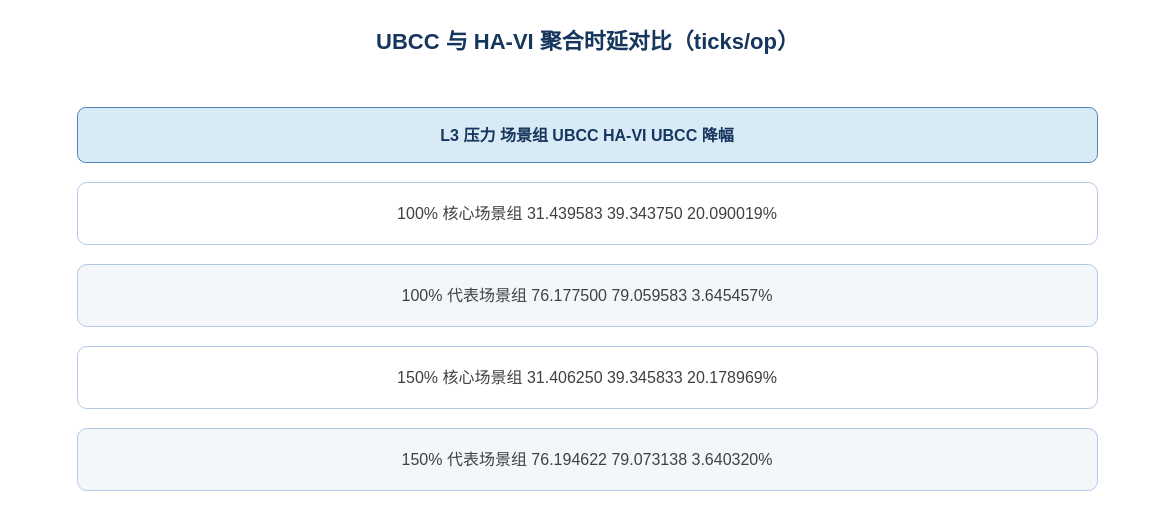
Above: docs/design/figures/ubcc-ha-vi-comparison.drawio in harumaki-nadeshiko/cc-data (draw.io), before the change. Source tidied: cells renumbered, new cells numbered last; positions are measured from the earlier drawing's top-left corner, leaving out a move shared by most shapes. Both pictures are drawn from the tidied source at 100%, with x=0, y=0 at pixel (17, 17).
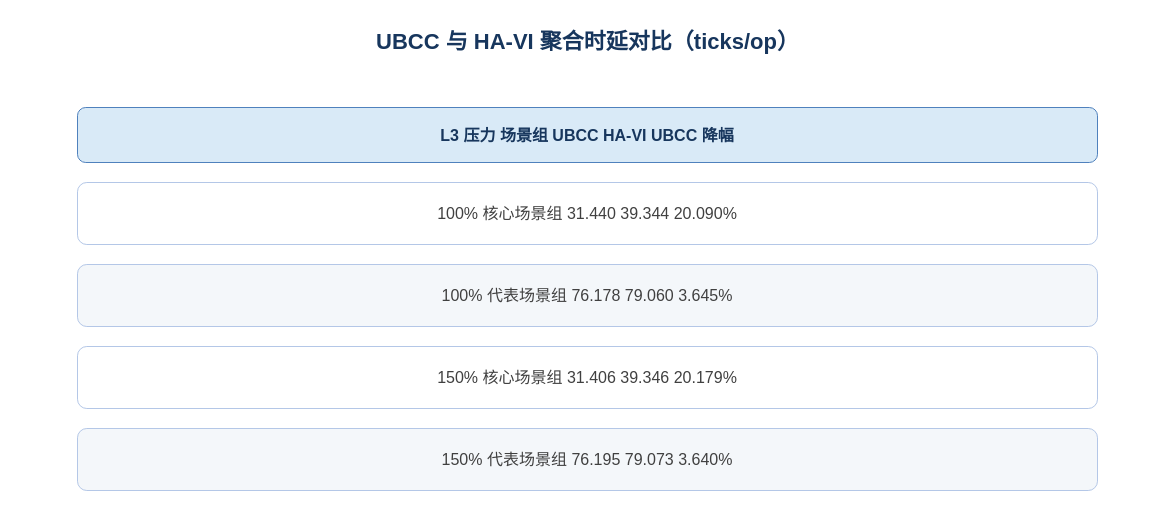
After the change.

Diff of the diagram source:
```diff
@@
 <mxGraphModel>
   <root>
     <mxCell id="0" />
     <mxCell id="1" parent="0" />
     <mxCell id="2" value="UBCC 与 HA-VI 聚合时延对比（ticks/op）" style="text;html=1;align=center;verticalAlign=middle;fontSize=22;fontStyle=1;fontColor=#17365D;" parent="1" vertex="1">
       <mxGeometry width="1140" height="50" as="geometry" />
     </mxCell>
     <mxCell id="3" value="L3 压力    场景组              UBCC       HA-VI       UBCC 降幅" style="rounded=1;whiteSpace=wrap;html=1;fillColor=#D9EAF7;strokeColor=#4F81BD;fontColor=#17365D;fontSize=16;fontStyle=1;spacing=8;" parent="1" vertex="1">
       <mxGeometry x="60" y="90" width="1020" height="55" as="geometry" />
     </mxCell>
-    <mxCell id="4" value="100%        核心场景组       31.439583   39.343750   20.090019%" style="rounded=1;whiteSpace=wrap;html=1;fillColor=#FFFFFF;strokeColor=#B4C7E7;fontColor=#404040;fontSize=16;fontStyle=0;spacing=8;" parent="1" vertex="1">
+    <mxCell id="4" value="100%        核心场景组       31.440   39.344   20.090%" style="rounded=1;whiteSpace=wrap;html=1;fillColor=#FFFFFF;strokeColor=#B4C7E7;fontColor=#404040;fontSize=16;fontStyle=0;spacing=8;" parent="1" vertex="1">
       <mxGeometry x="60" y="165" width="1020" height="62" as="geometry" />
     </mxCell>
-    <mxCell id="5" value="100%        代表场景组       76.177500   79.059583    3.645457%" style="rounded=1;whiteSpace=wrap;html=1;fillColor=#F4F7FA;strokeColor=#B4C7E7;fontColor=#404040;fontSize=16;fontStyle=0;spacing=8;" parent="1" vertex="1">
+    <mxCell id="5" value="100%        代表场景组       76.178   79.060    3.645%" style="rounded=1;whiteSpace=wrap;html=1;fillColor=#F4F7FA;strokeColor=#B4C7E7;fontColor=#404040;fontSize=16;fontStyle=0;spacing=8;" parent="1" vertex="1">
       <mxGeometry x="60" y="247" width="1020" height="62" as="geometry" />
     </mxCell>
-    <mxCell id="6" value="150%        核心场景组       31.406250   39.345833   20.178969%" style="rounded=1;whiteSpace=wrap;html=1;fillColor=#FFFFFF;strokeColor=#B4C7E7;fontColor=#404040;fontSize=16;fontStyle=0;spacing=8;" parent="1" vertex="1">
+    <mxCell id="6" value="150%        核心场景组       31.406   39.346   20.179%" style="rounded=1;whiteSpace=wrap;html=1;fillColor=#FFFFFF;strokeColor=#B4C7E7;fontColor=#404040;fontSize=16;fontStyle=0;spacing=8;" parent="1" vertex="1">
       <mxGeometry x="60" y="329" width="1020" height="62" as="geometry" />
     </mxCell>
-    <mxCell id="7" value="150%        代表场景组       76.194622   79.073138    3.640320%" style="rounded=1;whiteSpace=wrap;html=1;fillColor=#F4F7FA;strokeColor=#B4C7E7;fontColor=#404040;fontSize=16;fontStyle=0;spacing=8;" parent="1" vertex="1">
+    <mxCell id="7" value="150%        代表场景组       76.195   79.073    3.640%" style="rounded=1;whiteSpace=wrap;html=1;fillColor=#F4F7FA;strokeColor=#B4C7E7;fontColor=#404040;fontSize=16;fontStyle=0;spacing=8;" parent="1" vertex="1">
       <mxGeometry x="60" y="411" width="1020" height="62" as="geometry" />
     </mxCell>
   </root>
 </mxGraphModel>
```
